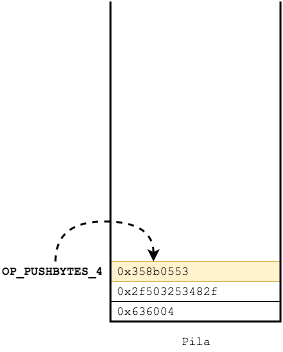
Above: img/Bitcoin_transactions_stack_03.png in JavDomGom/Bitcoin_script_language (draw.io), before the change. Source tidied: cells renumbered, new cells last; positions are measured from the earlier drawing's top-left corner, leaving out a move shared by most shapes. Its diagram source:
```xml
<mxGraphModel>
  <root>
    <mxCell id="0" />
    <mxCell id="1" parent="0" />
    <mxCell id="2" value="&lt;span&gt;0x636004&amp;nbsp; &amp;nbsp; &amp;nbsp; &amp;nbsp; &amp;nbsp; &amp;nbsp; &amp;nbsp;&amp;nbsp;&lt;/span&gt;" style="text;html=1;strokeColor=#000000;fillColor=none;align=center;verticalAlign=middle;whiteSpace=wrap;rounded=0;fontFamily=Courier New;" parent="1" vertex="1">
      <mxGeometry x="110" y="300" width="170" height="20" as="geometry" />
    </mxCell>
    <mxCell id="3" value="Pila" style="text;html=1;strokeColor=none;fillColor=none;align=center;verticalAlign=middle;whiteSpace=wrap;rounded=0;fontFamily=Courier New;" parent="1" vertex="1">
      <mxGeometry x="175" y="330" width="40" height="20" as="geometry" />
    </mxCell>
    <mxCell id="4" value="&lt;span&gt;0x2f503253482f&amp;nbsp; &amp;nbsp; &amp;nbsp; &amp;nbsp;&amp;nbsp;&lt;/span&gt;&lt;br&gt;" style="text;html=1;strokeColor=#000000;fillColor=none;align=center;verticalAlign=middle;whiteSpace=wrap;rounded=0;fontFamily=Courier New;" parent="1" vertex="1">
      <mxGeometry x="110" y="280" width="170" height="20" as="geometry" />
    </mxCell>
    <mxCell id="5" value="&lt;span&gt;0x358b0553&amp;nbsp; &amp;nbsp; &amp;nbsp; &amp;nbsp; &amp;nbsp; &amp;nbsp;&amp;nbsp;&lt;/span&gt;&lt;br&gt;" style="text;html=1;strokeColor=#d6b656;fillColor=#fff2cc;align=center;verticalAlign=middle;whiteSpace=wrap;rounded=0;fontFamily=Courier New;" parent="1" vertex="1">
      <mxGeometry x="110" y="260" width="170" height="20" as="geometry" />
    </mxCell>
    <mxCell id="6" style="endArrow=none;html=1;rounded=0;strokeWidth=2;" parent="1" edge="1">
      <mxGeometry relative="1" as="geometry">
        <mxPoint x="280" as="sourcePoint" />
        <mxPoint x="110" as="targetPoint" />
        <Array as="points">
          <mxPoint x="280" y="320" />
          <mxPoint x="110" y="320" />
        </Array>
      </mxGeometry>
    </mxCell>
    <mxCell id="7" value="&lt;div&gt;OP_&lt;span&gt;PUSHBYTES_&lt;/span&gt;&lt;span&gt;4&lt;/span&gt;&lt;/div&gt;" style="text;html=1;strokeColor=none;fillColor=none;align=left;verticalAlign=middle;whiteSpace=wrap;rounded=0;fontFamily=Courier New;fontStyle=1;" parent="1" vertex="1">
      <mxGeometry y="260" width="110" height="20" as="geometry" />
    </mxCell>
    <mxCell id="8" style="curved=1;endArrow=classic;html=1;strokeWidth=2;fontFamily=Courier New;exitX=0.5;exitY=0;exitDx=0;exitDy=0;entryX=0.25;entryY=0;entryDx=0;entryDy=0;dashed=1;" parent="1" edge="1" source="7" target="5">
      <mxGeometry relative="1" as="geometry">
        <Array as="points">
          <mxPoint x="55" y="220" />
          <mxPoint x="153" y="220" />
        </Array>
      </mxGeometry>
    </mxCell>
  </root>
</mxGraphModel>
```
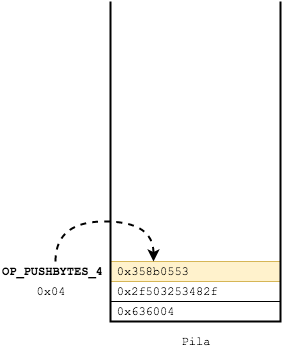
Above is the later version.

Diff of the diagram source:
```diff
@@ -35,5 +35,8 @@
         </Array>
       </mxGeometry>
     </mxCell>
+    <mxCell id="9" value="0x04" style="text;html=1;strokeColor=none;fillColor=none;align=center;verticalAlign=middle;whiteSpace=wrap;rounded=0;fontFamily=Courier New;" parent="1" vertex="1">
+      <mxGeometry x="30" y="280" width="40" height="20" as="geometry" />
+    </mxCell>
   </root>
 </mxGraphModel>
```
